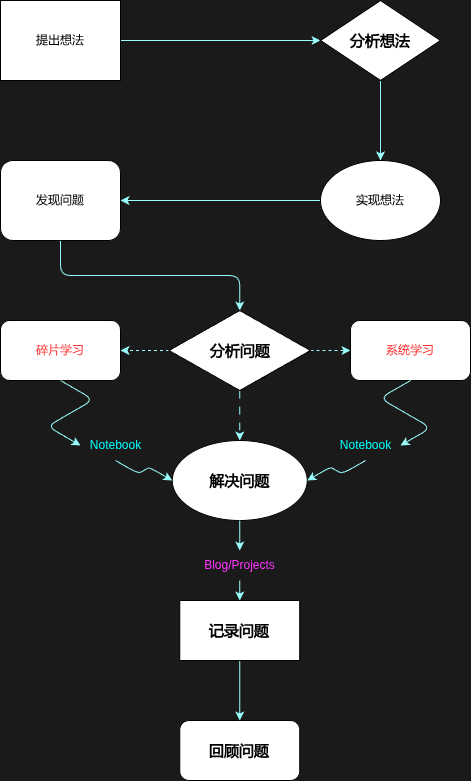
This is docs/notes/index.drawio.png from virtualguard101/wiki, a draw.io export, as it was before one commit. Source tidied: cells renumbered, new cells last; positions are measured from the earlier drawing's top-left corner, leaving out a move shared by most shapes. Its diagram source:
```xml
<mxGraphModel background="#1A1A1A">
  <root>
    <mxCell id="0" />
    <mxCell id="1" parent="0" />
    <mxCell id="2" style="edgeStyle=none;html=1;exitX=1;exitY=0.5;exitDx=0;exitDy=0;entryX=0;entryY=0.5;entryDx=0;entryDy=0;strokeColor=#99FFFF;fillColor=default;" parent="1" edge="1" source="3" target="5">
      <mxGeometry relative="1" as="geometry" />
    </mxCell>
    <mxCell id="3" value="&lt;font style=&quot;&quot;&gt;提出想法&lt;/font&gt;" style="rounded=0;whiteSpace=wrap;html=1;" parent="1" vertex="1">
      <mxGeometry width="120" height="80" as="geometry" />
    </mxCell>
    <mxCell id="4" style="edgeStyle=none;html=1;exitX=0.5;exitY=1;exitDx=0;exitDy=0;entryX=0.5;entryY=0;entryDx=0;entryDy=0;strokeColor=#99FFFF;" parent="1" edge="1" source="5" target="7">
      <mxGeometry relative="1" as="geometry" />
    </mxCell>
    <mxCell id="5" value="&lt;font style=&quot;font-size: 15px;&quot;&gt;&lt;b&gt;分析想法&lt;/b&gt;&lt;/font&gt;" style="rhombus;whiteSpace=wrap;html=1;" parent="1" vertex="1">
      <mxGeometry x="320" width="120" height="80" as="geometry" />
    </mxCell>
    <mxCell id="6" style="edgeStyle=none;html=1;exitX=0;exitY=0.5;exitDx=0;exitDy=0;entryX=1;entryY=0.5;entryDx=0;entryDy=0;strokeColor=#99FFFF;" parent="1" edge="1" source="7" target="9">
      <mxGeometry relative="1" as="geometry" />
    </mxCell>
    <mxCell id="7" value="实现想法" style="ellipse;whiteSpace=wrap;html=1;" parent="1" vertex="1">
      <mxGeometry x="320" y="160" width="120" height="80" as="geometry" />
    </mxCell>
    <mxCell id="8" style="edgeStyle=orthogonalEdgeStyle;html=1;exitX=0.5;exitY=1;exitDx=0;exitDy=0;entryX=0.5;entryY=0;entryDx=0;entryDy=0;strokeColor=#99FFFF;" parent="1" edge="1" source="9" target="13">
      <mxGeometry relative="1" as="geometry" />
    </mxCell>
    <mxCell id="9" value="发现问题" style="rounded=1;whiteSpace=wrap;html=1;" parent="1" vertex="1">
      <mxGeometry y="160" width="120" height="80" as="geometry" />
    </mxCell>
    <mxCell id="10" style="edgeStyle=none;html=1;exitX=0;exitY=0.5;exitDx=0;exitDy=0;dashed=1;strokeColor=#99FFFF;" parent="1" edge="1" source="13" target="17">
      <mxGeometry relative="1" as="geometry" />
    </mxCell>
    <mxCell id="11" style="edgeStyle=none;html=1;exitX=1;exitY=0.5;exitDx=0;exitDy=0;entryX=0;entryY=0.5;entryDx=0;entryDy=0;dashed=1;strokeColor=#99FFFF;" parent="1" edge="1" source="13" target="19">
      <mxGeometry relative="1" as="geometry" />
    </mxCell>
    <mxCell id="12" style="edgeStyle=none;html=1;exitX=0.5;exitY=1;exitDx=0;exitDy=0;dashed=1;dashPattern=8 8;strokeColor=#99FFFF;" parent="1" edge="1" source="13" target="15">
      <mxGeometry relative="1" as="geometry" />
    </mxCell>
    <mxCell id="13" value="&lt;font style=&quot;font-size: 15px;&quot;&gt;&lt;b&gt;分析问题&lt;/b&gt;&lt;/font&gt;" style="rhombus;whiteSpace=wrap;html=1;" parent="1" vertex="1">
      <mxGeometry x="168.5" y="310" width="141.5" height="80" as="geometry" />
    </mxCell>
    <mxCell id="14" style="edgeStyle=none;html=1;exitX=0.5;exitY=1;exitDx=0;exitDy=0;entryX=0.5;entryY=0;entryDx=0;entryDy=0;strokeColor=#99FFFF;" parent="1" edge="1" source="29" target="22">
      <mxGeometry relative="1" as="geometry" />
    </mxCell>
    <mxCell id="15" value="&lt;font style=&quot;font-size: 15px;&quot;&gt;&lt;b&gt;解决问题&lt;/b&gt;&lt;/font&gt;" style="ellipse;whiteSpace=wrap;html=1;" parent="1" vertex="1">
      <mxGeometry x="171.8" y="440" width="135" height="80" as="geometry" />
    </mxCell>
    <mxCell id="16" style="edgeStyle=isometricEdgeStyle;html=1;exitX=0.5;exitY=1;exitDx=0;exitDy=0;entryX=0;entryY=0.5;entryDx=0;entryDy=0;elbow=vertical;strokeColor=#99FFFF;" parent="1" edge="1" source="27" target="15">
      <mxGeometry relative="1" as="geometry" />
    </mxCell>
    <mxCell id="17" value="&lt;font style=&quot;color: rgb(255, 51, 51);&quot;&gt;碎片学习&lt;/font&gt;" style="rounded=1;whiteSpace=wrap;html=1;" parent="1" vertex="1">
      <mxGeometry y="320" width="120" height="60" as="geometry" />
    </mxCell>
    <mxCell id="18" style="edgeStyle=isometricEdgeStyle;html=1;exitX=0.5;exitY=1;exitDx=0;exitDy=0;entryX=1;entryY=0.5;entryDx=0;entryDy=0;strokeColor=#99FFFF;" parent="1" edge="1" source="25" target="15">
      <mxGeometry relative="1" as="geometry" />
    </mxCell>
    <mxCell id="19" value="&lt;font style=&quot;color: rgb(255, 51, 51);&quot;&gt;系统学习&lt;/font&gt;" style="rounded=1;whiteSpace=wrap;html=1;" parent="1" vertex="1">
      <mxGeometry x="350" y="320" width="120" height="60" as="geometry" />
    </mxCell>
    <mxCell id="20" value="&lt;b&gt;&lt;font style=&quot;font-size: 15px;&quot;&gt;回顾问题&lt;/font&gt;&lt;/b&gt;" style="rounded=1;whiteSpace=wrap;html=1;direction=east;" parent="1" vertex="1">
      <mxGeometry x="179.2" y="720" width="120" height="60" as="geometry" />
    </mxCell>
    <mxCell id="21" style="edgeStyle=none;html=1;exitX=0.5;exitY=1;exitDx=0;exitDy=0;entryX=0.5;entryY=0;entryDx=0;entryDy=0;strokeColor=#99FFFF;" parent="1" edge="1" source="22" target="20">
      <mxGeometry relative="1" as="geometry" />
    </mxCell>
    <mxCell id="22" value="&lt;font style=&quot;font-size: 15px;&quot;&gt;&lt;b&gt;记录问题&lt;/b&gt;&lt;/font&gt;" style="rounded=0;whiteSpace=wrap;html=1;" parent="1" vertex="1">
      <mxGeometry x="179.2" y="600" width="120" height="60" as="geometry" />
    </mxCell>
    <mxCell id="23" style="edgeStyle=elbowEdgeStyle;html=1;" parent="1" edge="1">
      <mxGeometry relative="1" as="geometry">
        <mxPoint x="60" y="420" as="sourcePoint" />
        <mxPoint x="60" y="420" as="targetPoint" />
      </mxGeometry>
    </mxCell>
    <mxCell id="24" style="edgeStyle=isometricEdgeStyle;html=1;exitX=0.5;exitY=1;exitDx=0;exitDy=0;entryX=1;entryY=0.5;entryDx=0;entryDy=0;strokeColor=#99FFFF;" parent="1" edge="1" source="19" target="25">
      <mxGeometry relative="1" as="geometry" />
    </mxCell>
    <mxCell id="25" value="&lt;font style=&quot;color: rgb(0, 255, 255);&quot;&gt;Notebook&lt;/font&gt;" style="text;html=1;align=center;verticalAlign=middle;points=[];strokeColor=none;fillColor=none;" parent="1" vertex="1">
      <mxGeometry x="330" y="430" width="70" height="30" as="geometry" />
    </mxCell>
    <mxCell id="26" style="edgeStyle=isometricEdgeStyle;html=1;exitX=0.5;exitY=1;exitDx=0;exitDy=0;entryX=0;entryY=0.5;entryDx=0;entryDy=0;elbow=vertical;strokeColor=#99FFFF;" parent="1" edge="1" source="17" target="27">
      <mxGeometry relative="1" as="geometry" />
    </mxCell>
    <mxCell id="27" value="&lt;font style=&quot;color: rgb(0, 255, 255);&quot;&gt;Notebook&lt;/font&gt;" style="text;html=1;align=center;verticalAlign=middle;points=[];strokeColor=none;fillColor=none;" parent="1" vertex="1">
      <mxGeometry x="80" y="430" width="70" height="30" as="geometry" />
    </mxCell>
    <mxCell id="28" style="edgeStyle=none;html=1;exitX=0.5;exitY=1;exitDx=0;exitDy=0;entryX=0.5;entryY=0;entryDx=0;entryDy=0;strokeColor=#99FFFF;" parent="1" edge="1" source="15" target="29">
      <mxGeometry relative="1" as="geometry" />
    </mxCell>
    <mxCell id="29" value="&lt;font style=&quot;color: rgb(255, 51, 255);&quot;&gt;Blog/Projects&lt;/font&gt;" style="text;html=1;align=center;verticalAlign=middle;points=[];strokeColor=none;fillColor=none;" parent="1" vertex="1">
      <mxGeometry x="194.2" y="550" width="90" height="30" as="geometry" />
    </mxCell>
  </root>
</mxGraphModel>
```
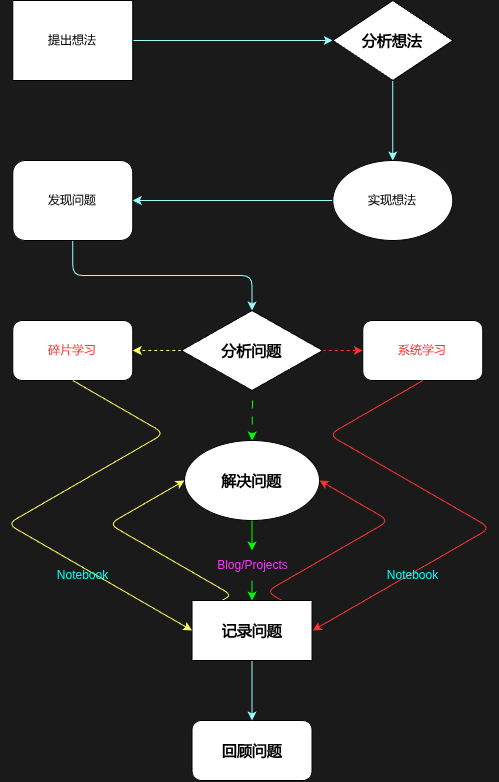
Above is the later version.

Commit message:
chores: Improve index drawio graph

The edit, as a diff of the source:
```diff
@@ -26,33 +26,29 @@
     <mxCell id="9" value="发现问题" style="rounded=1;whiteSpace=wrap;html=1;" parent="1" vertex="1">
       <mxGeometry y="160" width="120" height="80" as="geometry" />
     </mxCell>
-    <mxCell id="10" style="edgeStyle=none;html=1;exitX=0;exitY=0.5;exitDx=0;exitDy=0;dashed=1;strokeColor=#99FFFF;" parent="1" edge="1" source="13" target="17">
+    <mxCell id="10" style="edgeStyle=none;html=1;exitX=0;exitY=0.5;exitDx=0;exitDy=0;dashed=1;strokeColor=#FFFF66;" parent="1" edge="1" source="13" target="17">
       <mxGeometry relative="1" as="geometry" />
     </mxCell>
-    <mxCell id="11" style="edgeStyle=none;html=1;exitX=1;exitY=0.5;exitDx=0;exitDy=0;entryX=0;entryY=0.5;entryDx=0;entryDy=0;dashed=1;strokeColor=#99FFFF;" parent="1" edge="1" source="13" target="19">
+    <mxCell id="11" style="edgeStyle=none;html=1;exitX=1;exitY=0.5;exitDx=0;exitDy=0;entryX=0;entryY=0.5;entryDx=0;entryDy=0;dashed=1;strokeColor=#FF3333;" parent="1" edge="1" source="13" target="19">
       <mxGeometry relative="1" as="geometry" />
     </mxCell>
-    <mxCell id="12" style="edgeStyle=none;html=1;exitX=0.5;exitY=1;exitDx=0;exitDy=0;dashed=1;dashPattern=8 8;strokeColor=#99FFFF;" parent="1" edge="1" source="13" target="15">
-      <mxGeometry relative="1" as="geometry" />
+    <mxCell id="12" style="edgeStyle=none;html=1;dashed=1;dashPattern=8 8;strokeColor=#00FF00;" parent="1" edge="1" target="15">
+      <mxGeometry relative="1" as="geometry">
+        <mxPoint x="239.7" y="400" as="sourcePoint" />
+      </mxGeometry>
     </mxCell>
     <mxCell id="13" value="&lt;font style=&quot;font-size: 15px;&quot;&gt;&lt;b&gt;分析问题&lt;/b&gt;&lt;/font&gt;" style="rhombus;whiteSpace=wrap;html=1;" parent="1" vertex="1">
       <mxGeometry x="168.5" y="310" width="141.5" height="80" as="geometry" />
     </mxCell>
-    <mxCell id="14" style="edgeStyle=none;html=1;exitX=0.5;exitY=1;exitDx=0;exitDy=0;entryX=0.5;entryY=0;entryDx=0;entryDy=0;strokeColor=#99FFFF;" parent="1" edge="1" source="29" target="22">
+    <mxCell id="14" style="edgeStyle=none;html=1;exitX=0.5;exitY=1;exitDx=0;exitDy=0;entryX=0.5;entryY=0;entryDx=0;entryDy=0;strokeColor=#00FF00;" parent="1" edge="1" source="29" target="22">
       <mxGeometry relative="1" as="geometry" />
     </mxCell>
     <mxCell id="15" value="&lt;font style=&quot;font-size: 15px;&quot;&gt;&lt;b&gt;解决问题&lt;/b&gt;&lt;/font&gt;" style="ellipse;whiteSpace=wrap;html=1;" parent="1" vertex="1">
-      <mxGeometry x="171.8" y="440" width="135" height="80" as="geometry" />
+      <mxGeometry x="171.7" y="440" width="135" height="80" as="geometry" />
     </mxCell>
-    <mxCell id="16" style="edgeStyle=isometricEdgeStyle;html=1;exitX=0.5;exitY=1;exitDx=0;exitDy=0;entryX=0;entryY=0.5;entryDx=0;entryDy=0;elbow=vertical;strokeColor=#99FFFF;" parent="1" edge="1" source="27" target="15">
-      <mxGeometry relative="1" as="geometry" />
-    </mxCell>
     <mxCell id="17" value="&lt;font style=&quot;color: rgb(255, 51, 51);&quot;&gt;碎片学习&lt;/font&gt;" style="rounded=1;whiteSpace=wrap;html=1;" parent="1" vertex="1">
       <mxGeometry y="320" width="120" height="60" as="geometry" />
     </mxCell>
-    <mxCell id="18" style="edgeStyle=isometricEdgeStyle;html=1;exitX=0.5;exitY=1;exitDx=0;exitDy=0;entryX=1;entryY=0.5;entryDx=0;entryDy=0;strokeColor=#99FFFF;" parent="1" edge="1" source="25" target="15">
-      <mxGeometry relative="1" as="geometry" />
-    </mxCell>
     <mxCell id="19" value="&lt;font style=&quot;color: rgb(255, 51, 51);&quot;&gt;系统学习&lt;/font&gt;" style="rounded=1;whiteSpace=wrap;html=1;" parent="1" vertex="1">
       <mxGeometry x="350" y="320" width="120" height="60" as="geometry" />
     </mxCell>
@@ -62,6 +58,20 @@
     <mxCell id="21" style="edgeStyle=none;html=1;exitX=0.5;exitY=1;exitDx=0;exitDy=0;entryX=0.5;entryY=0;entryDx=0;entryDy=0;strokeColor=#99FFFF;" parent="1" edge="1" source="22" target="20">
       <mxGeometry relative="1" as="geometry" />
     </mxCell>
+    <mxCell id="30" style="edgeStyle=isometricEdgeStyle;html=1;exitX=0.25;exitY=0;exitDx=0;exitDy=0;strokeColor=#FFFF66;entryX=0;entryY=0.5;entryDx=0;entryDy=0;" parent="1" edge="1" source="22" target="15">
+      <mxGeometry relative="1" as="geometry">
+        <Array as="points">
+          <mxPoint x="124.7" y="540" />
+        </Array>
+      </mxGeometry>
+    </mxCell>
+    <mxCell id="31" style="edgeStyle=isometricEdgeStyle;html=1;exitX=0.75;exitY=0;exitDx=0;exitDy=0;strokeColor=#FF3333;elbow=vertical;entryX=1;entryY=0.5;entryDx=0;entryDy=0;" parent="1" edge="1" source="22" target="15">
+      <mxGeometry relative="1" as="geometry">
+        <Array as="points">
+          <mxPoint x="324.7" y="550" />
+        </Array>
+      </mxGeometry>
+    </mxCell>
     <mxCell id="22" value="&lt;font style=&quot;font-size: 15px;&quot;&gt;&lt;b&gt;记录问题&lt;/b&gt;&lt;/font&gt;" style="rounded=0;whiteSpace=wrap;html=1;" parent="1" vertex="1">
       <mxGeometry x="179.2" y="600" width="120" height="60" as="geometry" />
     </mxCell>
@@ -71,23 +81,32 @@
         <mxPoint x="60" y="420" as="targetPoint" />
       </mxGeometry>
     </mxCell>
-    <mxCell id="24" style="edgeStyle=isometricEdgeStyle;html=1;exitX=0.5;exitY=1;exitDx=0;exitDy=0;entryX=1;entryY=0.5;entryDx=0;entryDy=0;strokeColor=#99FFFF;" parent="1" edge="1" source="19" target="25">
-      <mxGeometry relative="1" as="geometry" />
+    <mxCell id="24" style="edgeStyle=isometricEdgeStyle;html=1;exitX=0.5;exitY=1;exitDx=0;exitDy=0;strokeColor=#FF3333;" parent="1" edge="1" source="19">
+      <mxGeometry relative="1" as="geometry">
+        <mxPoint x="300" y="630" as="targetPoint" />
+        <Array as="points">
+          <mxPoint x="430" y="500" />
+        </Array>
+      </mxGeometry>
     </mxCell>
-    <mxCell id="25" value="&lt;font style=&quot;color: rgb(0, 255, 255);&quot;&gt;Notebook&lt;/font&gt;" style="text;html=1;align=center;verticalAlign=middle;points=[];strokeColor=none;fillColor=none;" parent="1" vertex="1">
-      <mxGeometry x="330" y="430" width="70" height="30" as="geometry" />
-    </mxCell>
-    <mxCell id="26" style="edgeStyle=isometricEdgeStyle;html=1;exitX=0.5;exitY=1;exitDx=0;exitDy=0;entryX=0;entryY=0.5;entryDx=0;entryDy=0;elbow=vertical;strokeColor=#99FFFF;" parent="1" edge="1" source="17" target="27">
-      <mxGeometry relative="1" as="geometry" />
+    <mxCell id="26" style="edgeStyle=isometricEdgeStyle;html=1;exitX=0.5;exitY=1;exitDx=0;exitDy=0;elbow=vertical;strokeColor=#FFFF66;entryX=0;entryY=0.5;entryDx=0;entryDy=0;" parent="1" edge="1" source="17" target="22">
+      <mxGeometry relative="1" as="geometry">
+        <Array as="points">
+          <mxPoint x="70" y="480" />
+        </Array>
+      </mxGeometry>
     </mxCell>
-    <mxCell id="27" value="&lt;font style=&quot;color: rgb(0, 255, 255);&quot;&gt;Notebook&lt;/font&gt;" style="text;html=1;align=center;verticalAlign=middle;points=[];strokeColor=none;fillColor=none;" parent="1" vertex="1">
-      <mxGeometry x="80" y="430" width="70" height="30" as="geometry" />
-    </mxCell>
-    <mxCell id="28" style="edgeStyle=none;html=1;exitX=0.5;exitY=1;exitDx=0;exitDy=0;entryX=0.5;entryY=0;entryDx=0;entryDy=0;strokeColor=#99FFFF;" parent="1" edge="1" source="15" target="29">
+    <mxCell id="28" style="edgeStyle=none;html=1;exitX=0.5;exitY=1;exitDx=0;exitDy=0;entryX=0.5;entryY=0;entryDx=0;entryDy=0;strokeColor=#00FF00;" parent="1" edge="1" source="15" target="29">
       <mxGeometry relative="1" as="geometry" />
     </mxCell>
     <mxCell id="29" value="&lt;font style=&quot;color: rgb(255, 51, 255);&quot;&gt;Blog/Projects&lt;/font&gt;" style="text;html=1;align=center;verticalAlign=middle;points=[];strokeColor=none;fillColor=none;" parent="1" vertex="1">
       <mxGeometry x="194.2" y="550" width="90" height="30" as="geometry" />
     </mxCell>
+    <mxCell id="32" value="&lt;font style=&quot;color: rgb(0, 255, 255);&quot;&gt;Notebook&lt;/font&gt;" style="text;html=1;align=center;verticalAlign=middle;strokeColor=none;fillColor=none;" parent="1" vertex="1">
+      <mxGeometry x="364.7" y="560" width="70" height="30" as="geometry" />
+    </mxCell>
+    <mxCell id="33" value="&lt;font style=&quot;color: rgb(0, 255, 255);&quot;&gt;Notebook&lt;/font&gt;" style="text;html=1;align=center;verticalAlign=middle;strokeColor=none;fillColor=none;" parent="1" vertex="1">
+      <mxGeometry x="34.7" y="560" width="70" height="30" as="geometry" />
+    </mxCell>
   </root>
 </mxGraphModel>
```
